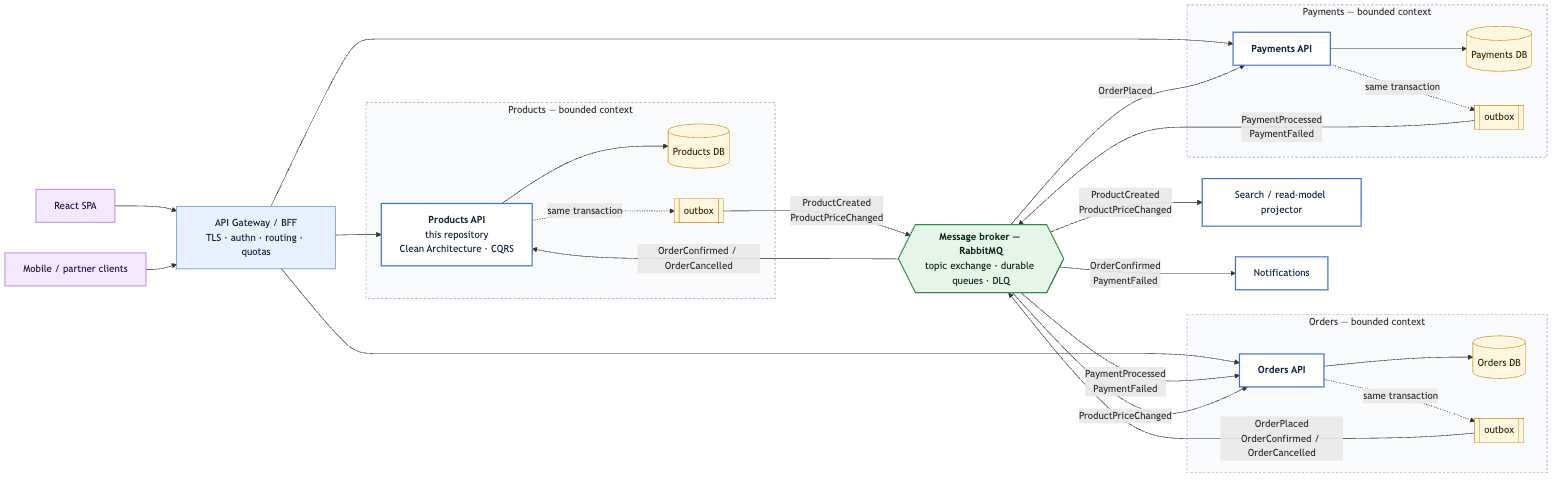
This is docs/architecture.png from muneeb-devp/products-service-coding-test, a Mermaid export, as it was before one commit. Its source is kept beside it as docs/architecture.mmd. The source it was exported from:
```mermaid
flowchart LR
    classDef client  fill:#f3e8fd,stroke:#8a4fd4,color:#2b1244
    classDef edge    fill:#e8f0fe,stroke:#3b6fd4,color:#10243e
    classDef service fill:#ffffff,stroke:#3b6fd4,stroke-width:2px,color:#10243e
    classDef store   fill:#fef7e0,stroke:#c9911a,color:#3d2c05
    classDef broker  fill:#e6f4ea,stroke:#2d8a4e,stroke-width:2px,color:#0d2a17

    spa["React SPA"]:::client
    partner["Mobile / partner clients"]:::client

    gateway["API Gateway / BFF<br/>TLS · authn · routing · quotas"]:::edge

    spa --> gateway
    partner --> gateway

    subgraph products_bc["Products — bounded context"]
        direction TB
        products_api["<b>Products API</b><br/>this repository<br/>Clean Architecture · CQRS"]:::service
        products_db[("Products DB")]:::store
        products_outbox[["outbox"]]:::store
        products_api --> products_db
        products_api -. same transaction .-> products_outbox
    end

    subgraph orders_bc["Orders — bounded context"]
        direction TB
        orders_api["<b>Orders API</b>"]:::service
        orders_db[("Orders DB")]:::store
        orders_outbox[["outbox"]]:::store
        orders_api --> orders_db
        orders_api -. same transaction .-> orders_outbox
    end

    subgraph payments_bc["Payments — bounded context"]
        direction TB
        payments_api["<b>Payments API</b>"]:::service
        payments_db[("Payments DB")]:::store
        payments_outbox[["outbox"]]:::store
        payments_api --> payments_db
        payments_api -. same transaction .-> payments_outbox
    end

    gateway --> products_api
    gateway --> orders_api
    gateway --> payments_api

    broker{{"<b>Message broker — RabbitMQ</b><br/>topic exchange · durable queues · DLQ"}}:::broker

    products_outbox -- "ProductCreated<br/>ProductPriceChanged" --> broker
    orders_outbox   -- "OrderPlaced<br/>OrderConfirmed / OrderCancelled" --> broker
    payments_outbox -- "PaymentProcessed<br/>PaymentFailed" --> broker

    broker -- "OrderPlaced" --> payments_api
    broker -- "PaymentProcessed<br/>PaymentFailed" --> orders_api
    broker -- "OrderConfirmed / OrderCancelled" --> products_api
    broker -- "ProductPriceChanged" --> orders_api

    search["Search / read-model projector"]:::service
    notify["Notifications"]:::service
    broker -- "ProductCreated<br/>ProductPriceChanged" --> search
    broker -- "OrderConfirmed<br/>PaymentFailed" --> notify

    style products_bc fill:#f8fafc,stroke:#94a3b8,stroke-dasharray:4 3
    style orders_bc   fill:#f8fafc,stroke:#94a3b8,stroke-dasharray:4 3
    style payments_bc fill:#f8fafc,stroke:#94a3b8,stroke-dasharray:4 3
```
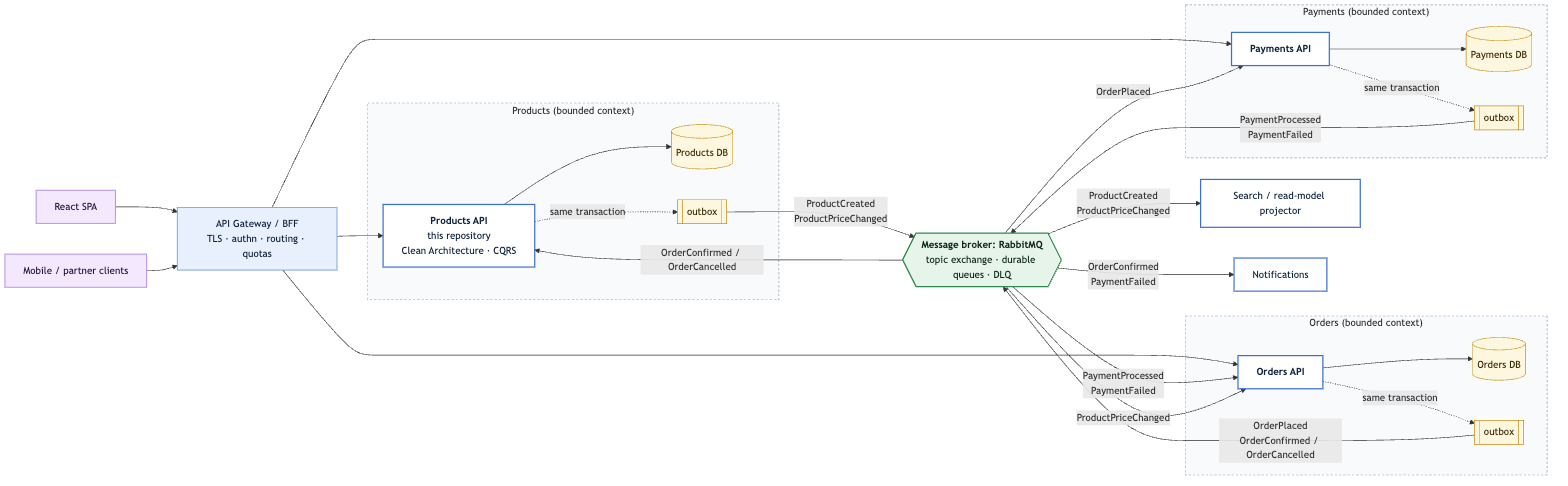
The same diagram one commit later.

Diff of the diagram source:
```diff
@@ -13,7 +13,7 @@
     spa --> gateway
     partner --> gateway
 
-    subgraph products_bc["Products — bounded context"]
+    subgraph products_bc["Products (bounded context)"]
         direction TB
         products_api["<b>Products API</b><br/>this repository<br/>Clean Architecture · CQRS"]:::service
         products_db[("Products DB")]:::store
@@ -22,7 +22,7 @@
         products_api -. same transaction .-> products_outbox
     end
 
-    subgraph orders_bc["Orders — bounded context"]
+    subgraph orders_bc["Orders (bounded context)"]
         direction TB
         orders_api["<b>Orders API</b>"]:::service
         orders_db[("Orders DB")]:::store
@@ -31,7 +31,7 @@
         orders_api -. same transaction .-> orders_outbox
     end
 
-    subgraph payments_bc["Payments — bounded context"]
+    subgraph payments_bc["Payments (bounded context)"]
         direction TB
         payments_api["<b>Payments API</b>"]:::service
         payments_db[("Payments DB")]:::store
@@ -44,7 +44,7 @@
     gateway --> orders_api
     gateway --> payments_api
 
-    broker{{"<b>Message broker — RabbitMQ</b><br/>topic exchange · durable queues · DLQ"}}:::broker
+    broker{{"<b>Message broker: RabbitMQ</b><br/>topic exchange · durable queues · DLQ"}}:::broker
 
     products_outbox -- "ProductCreated<br/>ProductPriceChanged" --> broker
     orders_outbox   -- "OrderPlaced<br/>OrderConfirmed / OrderCancelled" --> broker
```
